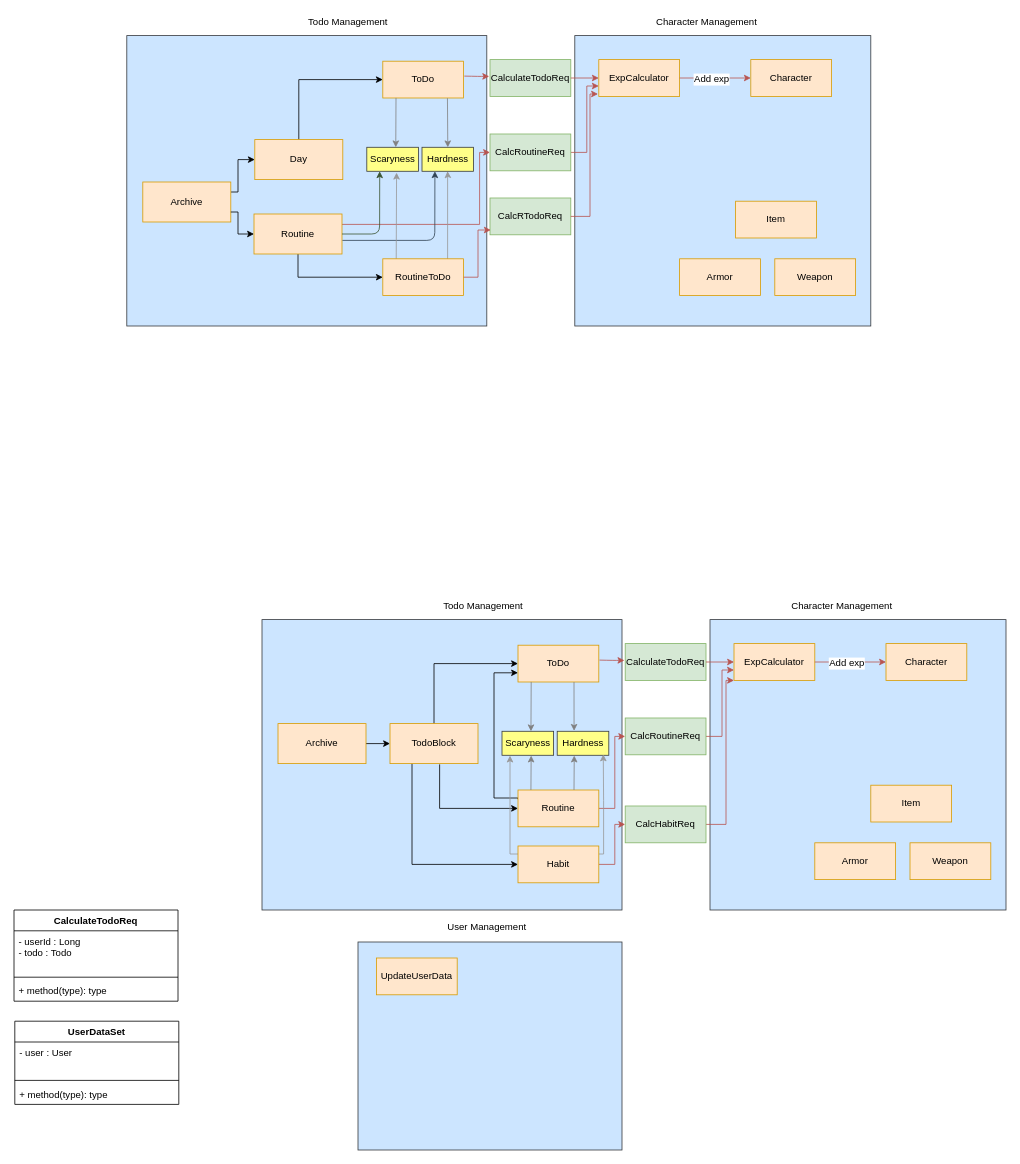
Above: Copy of 3projects.drawio in FedosovMax/diagrams (draw.io), before the change. Source tidied: cells renumbered, new cells numbered last; positions are measured from the earlier drawing's top-left corner, leaving out a move shared by most shapes. Both pictures are drawn from the tidied source at 80%, with x=0, y=0 at pixel (14, 14).
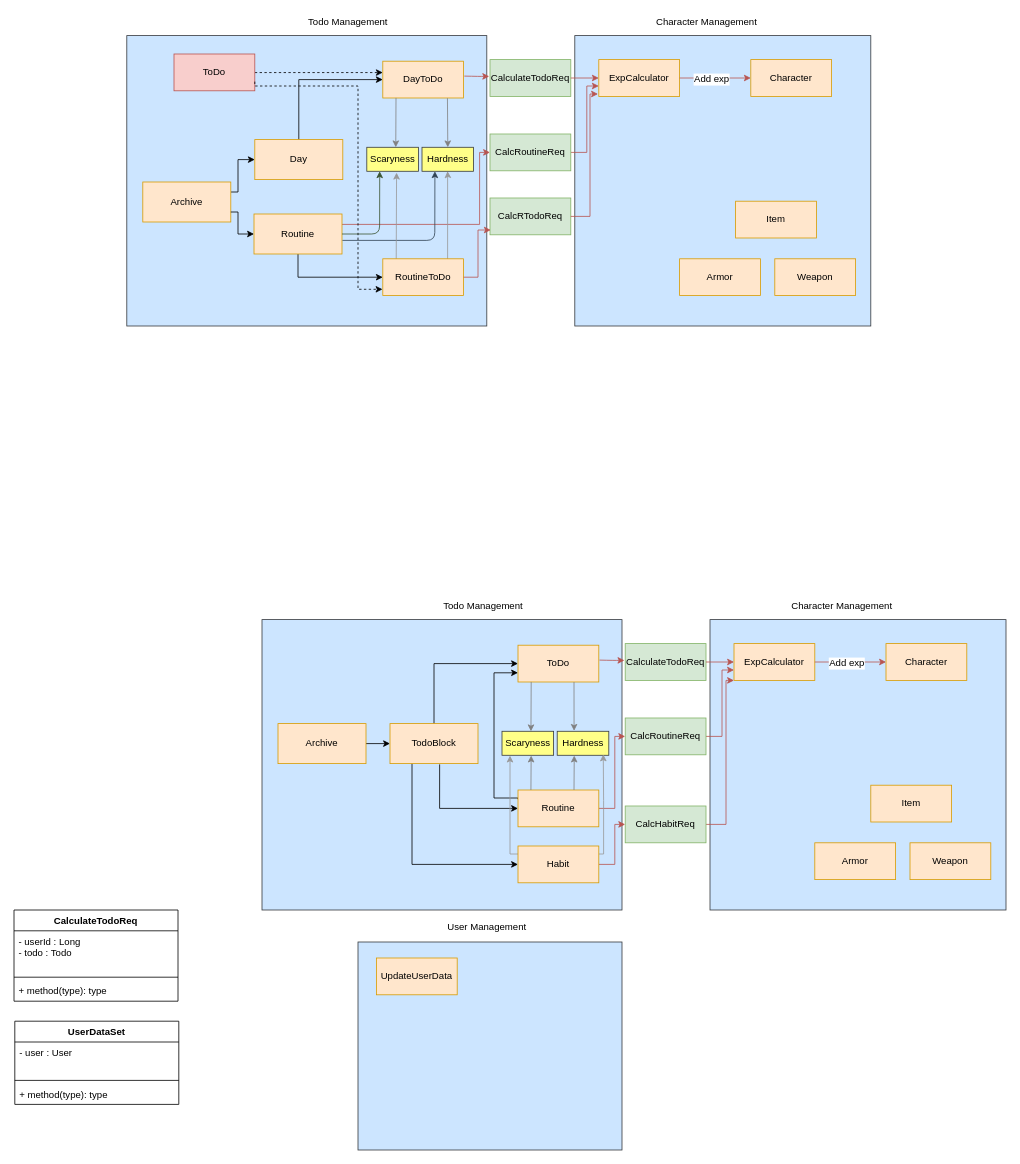
The same diagram, later.

Unchanged cells that the change refers to:
```xml
<mxCell id="83" value="RoutineToDo" style="rounded=0;whiteSpace=wrap;html=1;fillColor=#ffe6cc;strokeColor=#d79b00;" parent="1" vertex="1">
  <mxGeometry x="461" y="306" width="101" height="46" as="geometry" />
</mxCell>
```

The edit, as a diff of the source:
```diff
@@
-    <mxCell id="58" value="ToDo" style="rounded=0;whiteSpace=wrap;html=1;fillColor=#ffe6cc;strokeColor=#d79b00;" parent="1" vertex="1">
+    <mxCell id="58" value="DayToDo" style="rounded=0;whiteSpace=wrap;html=1;fillColor=#ffe6cc;strokeColor=#d79b00;" parent="1" vertex="1">
       <mxGeometry x="461" y="59" width="101" height="46" as="geometry" />
     </mxCell>
@@
+    <mxCell id="88" style="edgeStyle=orthogonalEdgeStyle;rounded=0;jettySize=auto;html=1;entryX=0;entryY=0.309;entryDx=0;entryDy=0;entryPerimeter=0;dashed=1;" parent="1" edge="1" source="89" target="58">
+      <mxGeometry relative="1" as="geometry">
+        <Array as="points">
+          <mxPoint x="461" y="73" />
+        </Array>
+      </mxGeometry>
+    </mxCell>
+    <mxCell id="89" value="ToDo" style="rounded=0;whiteSpace=wrap;html=1;fillColor=#f8cecc;strokeColor=#b85450;" parent="1" vertex="1">
+      <mxGeometry x="200" y="50" width="101" height="46" as="geometry" />
+    </mxCell>
+    <mxCell id="90" style="edgeStyle=orthogonalEdgeStyle;rounded=0;jettySize=auto;html=1;entryX=-0.004;entryY=0.829;entryDx=0;entryDy=0;entryPerimeter=0;dashed=1;exitX=1;exitY=0.75;exitDx=0;exitDy=0;" parent="1" edge="1" source="89" target="83">
+      <mxGeometry relative="1" as="geometry">
+        <Array as="points">
+          <mxPoint x="301" y="90" />
+          <mxPoint x="430" y="90" />
+          <mxPoint x="430" y="344" />
+        </Array>
+      </mxGeometry>
+    </mxCell>
```
